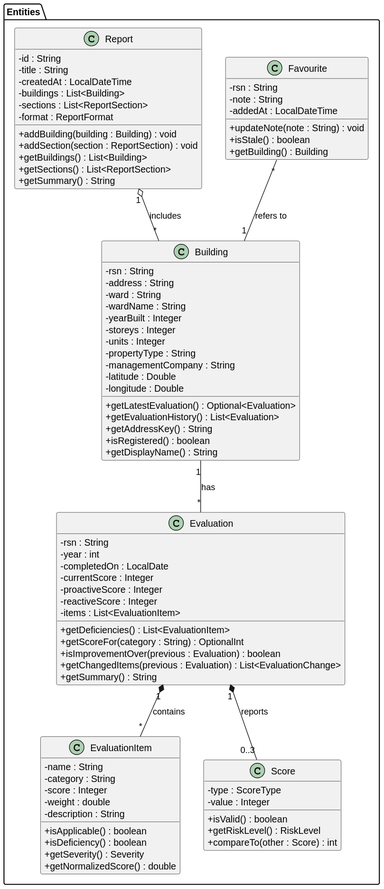
Earlier version of the PlantUML export docs/diagrams/class-diagram.svg (zdonghe/207-project). The source it was exported from:
```plantuml
@startuml
skinparam classAttributeIconSize 0

package "Entities" {
  class Building {
    - rsn : String
    - address : String
    - ward : String
    - wardName : String
    - yearBuilt : Integer
    - storeys : Integer
    - units : Integer
    - propertyType : String
    - managementCompany : String
    - latitude : Double
    - longitude : Double
    + getLatestEvaluation() : Optional<Evaluation>
    + getEvaluationHistory() : List<Evaluation>
    + getAddressKey() : String
    + isRegistered() : boolean
    + getDisplayName() : String
  }

  class Evaluation {
    - rsn : String
    - year : int
    - completedOn : LocalDate
    - currentScore : Integer
    - proactiveScore : Integer
    - reactiveScore : Integer
    - items : List<EvaluationItem>
    + getDeficiencies() : List<EvaluationItem>
    + getScoreFor(category : String) : OptionalInt
    + isImprovementOver(previous : Evaluation) : boolean
    + getChangedItems(previous : Evaluation) : List<EvaluationChange>
    + getSummary() : String
  }

  class EvaluationItem {
    - name : String
    - category : String
    - score : Integer
    - weight : double
    - description : String
    + isApplicable() : boolean
    + isDeficiency() : boolean
    + getSeverity() : Severity
    + getNormalizedScore() : double
  }

  class Score {
    - type : ScoreType
    - value : Integer
    + isValid() : boolean
    + getRiskLevel() : RiskLevel
    + compareTo(other : Score) : int
  }

  class Favourite {
    - rsn : String
    - note : String
    - addedAt : LocalDateTime
    + updateNote(note : String) : void
    + isStale() : boolean
    + getBuilding() : Building
  }

  class Report {
    - id : String
    - title : String
    - createdAt : LocalDateTime
    - buildings : List<Building>
    - sections : List<ReportSection>
    - format : ReportFormat
    + addBuilding(building : Building) : void
    + addSection(section : ReportSection) : void
    + getBuildings() : List<Building>
    + getSections() : List<ReportSection>
    + getSummary() : String
  }
}

Building "1" -- "*" Evaluation : has
Evaluation "1" *-- "*" EvaluationItem : contains
Evaluation "1" *-- "0..3" Score : reports
Report "1" o-- "*" Building : includes
Favourite "*" -- "1" Building : refers to
@enduml
```
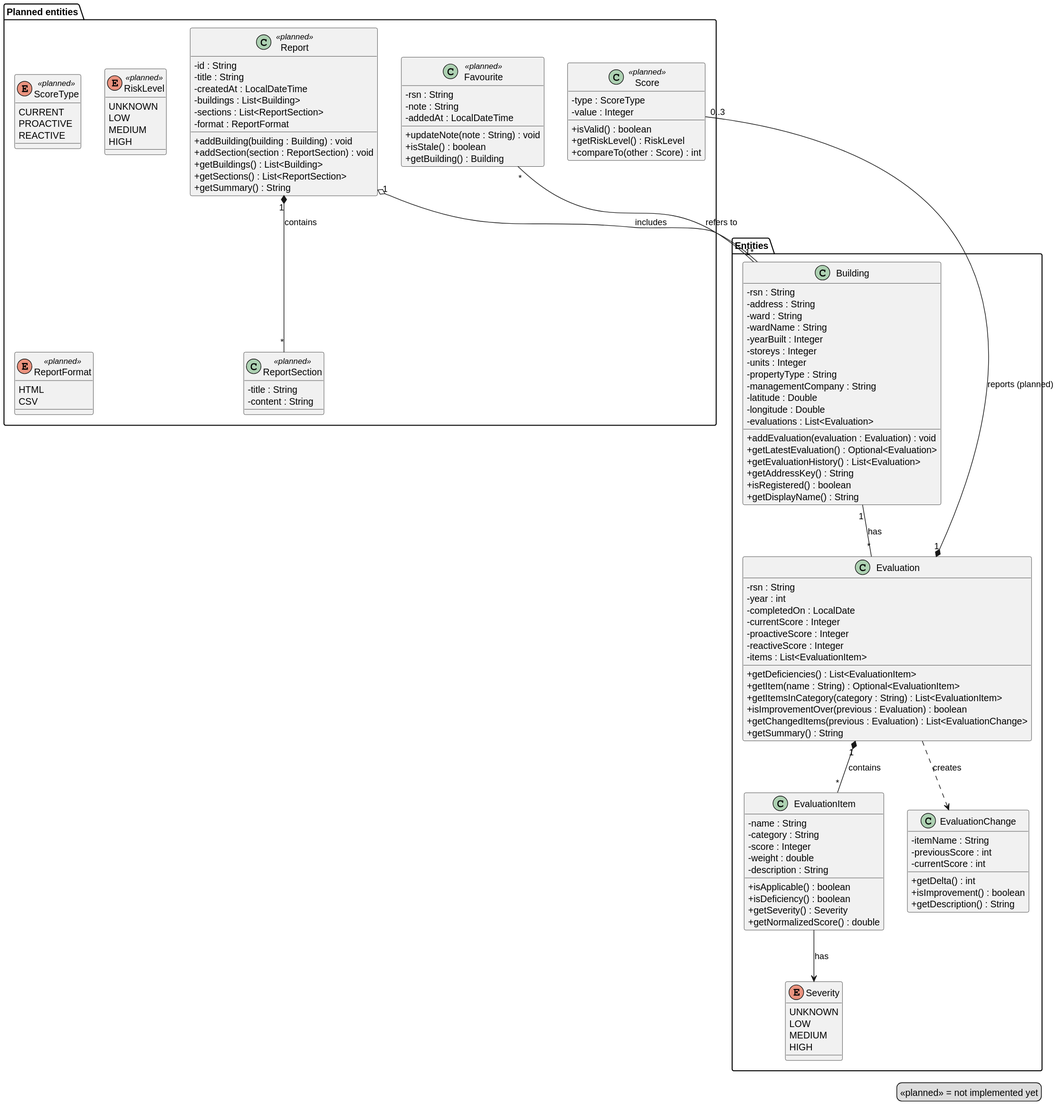
After the commit.

What changed in the source:
```diff
@@ -14,6 +14,8 @@
     - managementCompany : String
     - latitude : Double
     - longitude : Double
+    - evaluations : List<Evaluation>
+    + addEvaluation(evaluation : Evaluation) : void
     + getLatestEvaluation() : Optional<Evaluation>
     + getEvaluationHistory() : List<Evaluation>
     + getAddressKey() : String
@@ -30,7 +32,8 @@
     - reactiveScore : Integer
     - items : List<EvaluationItem>
     + getDeficiencies() : List<EvaluationItem>
-    + getScoreFor(category : String) : OptionalInt
+    + getItem(name : String) : Optional<EvaluationItem>
+    + getItemsInCategory(category : String) : List<EvaluationItem>
     + isImprovementOver(previous : Evaluation) : boolean
     + getChangedItems(previous : Evaluation) : List<EvaluationChange>
     + getSummary() : String
@@ -48,7 +51,25 @@
     + getNormalizedScore() : double
   }
 
-  class Score {
+  class EvaluationChange {
+    - itemName : String
+    - previousScore : int
+    - currentScore : int
+    + getDelta() : int
+    + isImprovement() : boolean
+    + getDescription() : String
+  }
+
+  enum Severity {
+    UNKNOWN
+    LOW
+    MEDIUM
+    HIGH
+  }
+}
+
+package "Planned entities" {
+  class Score <<planned>> {
     - type : ScoreType
     - value : Integer
     + isValid() : boolean
@@ -56,7 +77,20 @@
     + compareTo(other : Score) : int
   }
 
-  class Favourite {
+  enum ScoreType <<planned>> {
+    CURRENT
+    PROACTIVE
+    REACTIVE
+  }
+
+  enum RiskLevel <<planned>> {
+    UNKNOWN
+    LOW
+    MEDIUM
+    HIGH
+  }
+
+  class Favourite <<planned>> {
     - rsn : String
     - note : String
     - addedAt : LocalDateTime
@@ -65,7 +99,7 @@
     + getBuilding() : Building
   }
 
-  class Report {
+  class Report <<planned>> {
     - id : String
     - title : String
     - createdAt : LocalDateTime
@@ -78,11 +112,28 @@
     + getSections() : List<ReportSection>
     + getSummary() : String
   }
+
+  class ReportSection <<planned>> {
+    - title : String
+    - content : String
+  }
+
+  enum ReportFormat <<planned>> {
+    HTML
+    CSV
+  }
 }
 
 Building "1" -- "*" Evaluation : has
 Evaluation "1" *-- "*" EvaluationItem : contains
-Evaluation "1" *-- "0..3" Score : reports
+EvaluationItem --> Severity : has
+Evaluation ..> EvaluationChange : creates
+Evaluation "1" *-- "0..3" Score : reports (planned)
 Report "1" o-- "*" Building : includes
+Report "1" *-- "*" ReportSection : contains
 Favourite "*" -- "1" Building : refers to
+
+legend right
+  <<planned>> = not implemented yet
+endlegend
 @enduml
```
